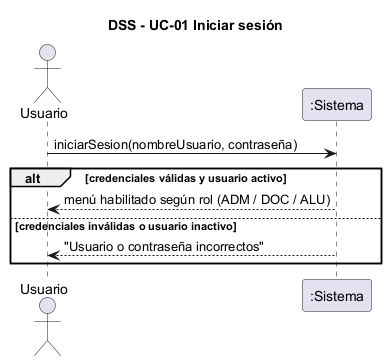
The PlantUML diagram document/diagramas/dss-iniciar-sesion.png in ISMAELALTHENOFER/BACKOFFICE-ACADEMICO-ITEC-N-1, before a commit.
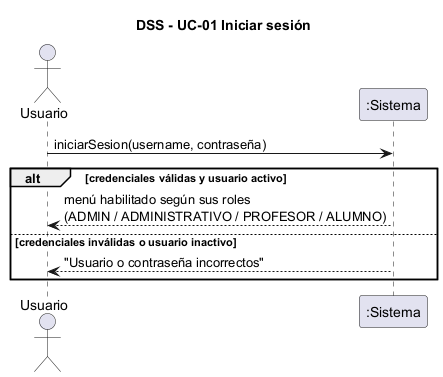
After the commit.

What changed in the source:
```diff
@@ -3,9 +3,9 @@
 title DSS - UC-01 Iniciar sesión
 actor "Usuario" as U
 participant ":Sistema" as S
-U -> S : iniciarSesion(nombreUsuario, contraseña)
+U -> S : iniciarSesion(username, contraseña)
 alt credenciales válidas y usuario activo
-  S --> U : menú habilitado según rol (ADM / DOC / ALU)
+  S --> U : menú habilitado según sus roles\n(ADMIN / ADMINISTRATIVO / PROFESOR / ALUMNO)
 else credenciales inválidas o usuario inactivo
   S --> U : "Usuario o contraseña incorrectos"
 end
```
